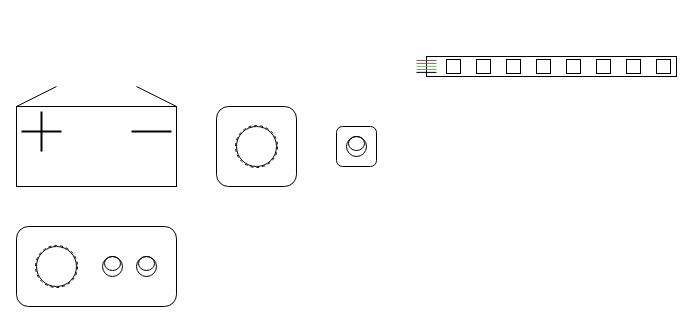
The draw.io diagram led-wiring.drawio in vinas94/drawio, before the edit. Source tidied: cells renumbered, new cells numbered last; positions are measured from the earlier drawing's top-left corner, leaving out a move shared by most shapes. Both pictures are drawn from the tidied source at 100%, with x=0, y=0 at pixel (16, 56).
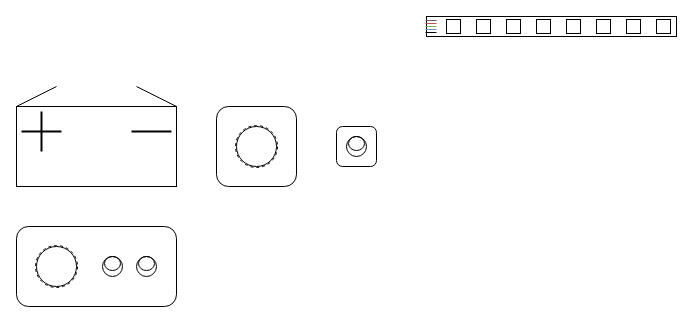
Above is the later version.

Change to the diagram source:
```diff
@@
-    <mxCell id="23" style="group;" parent="1" vertex="1">
-      <mxGeometry x="400" width="260" height="20" as="geometry" />
-    </mxCell>
+    <mxCell id="38" style="group;" parent="1" vertex="1">
+      <mxGeometry x="409" y="-40" width="251" height="20" as="geometry" />
+    </mxCell>
-    <mxCell id="24" style="rounded=0;whiteSpace=wrap;html=1;" parent="23" vertex="1">
-      <mxGeometry x="10" width="250" height="20" as="geometry" />
+    <mxCell id="24" style="rounded=0;whiteSpace=wrap;html=1;" parent="38" vertex="1">
+      <mxGeometry x="1" width="250" height="20" as="geometry" />
     </mxCell>
-    <mxCell id="25" style="rounded=0;whiteSpace=wrap;html=1;strokeColor=default;align=center;verticalAlign=middle;fontFamily=Helvetica;fontSize=12;fontColor=default;fillColor=default;" parent="23" vertex="1">
-      <mxGeometry x="240" y="3" width="14" height="14" as="geometry" />
+    <mxCell id="25" style="rounded=0;whiteSpace=wrap;html=1;strokeColor=default;align=center;verticalAlign=middle;fontFamily=Helvetica;fontSize=12;fontColor=default;fillColor=default;" parent="38" vertex="1">
+      <mxGeometry x="231" y="3" width="14" height="14" as="geometry" />
     </mxCell>
-    <mxCell id="26" style="rounded=0;whiteSpace=wrap;html=1;strokeColor=default;align=center;verticalAlign=middle;fontFamily=Helvetica;fontSize=12;fontColor=default;fillColor=default;" parent="23" vertex="1">
-      <mxGeometry x="210" y="3" width="14" height="14" as="geometry" />
+    <mxCell id="26" style="rounded=0;whiteSpace=wrap;html=1;strokeColor=default;align=center;verticalAlign=middle;fontFamily=Helvetica;fontSize=12;fontColor=default;fillColor=default;" parent="38" vertex="1">
+      <mxGeometry x="201" y="3" width="14" height="14" as="geometry" />
     </mxCell>
-    <mxCell id="27" style="rounded=0;whiteSpace=wrap;html=1;strokeColor=default;align=center;verticalAlign=middle;fontFamily=Helvetica;fontSize=12;fontColor=default;fillColor=default;" parent="23" vertex="1">
-      <mxGeometry x="180" y="3" width="14" height="14" as="geometry" />
+    <mxCell id="27" style="rounded=0;whiteSpace=wrap;html=1;strokeColor=default;align=center;verticalAlign=middle;fontFamily=Helvetica;fontSize=12;fontColor=default;fillColor=default;" parent="38" vertex="1">
+      <mxGeometry x="171" y="3" width="14" height="14" as="geometry" />
     </mxCell>
-    <mxCell id="28" style="rounded=0;whiteSpace=wrap;html=1;strokeColor=default;align=center;verticalAlign=middle;fontFamily=Helvetica;fontSize=12;fontColor=default;fillColor=default;" parent="23" vertex="1">
-      <mxGeometry x="150" y="3" width="14" height="14" as="geometry" />
+    <mxCell id="28" style="rounded=0;whiteSpace=wrap;html=1;strokeColor=default;align=center;verticalAlign=middle;fontFamily=Helvetica;fontSize=12;fontColor=default;fillColor=default;" parent="38" vertex="1">
+      <mxGeometry x="141" y="3" width="14" height="14" as="geometry" />
     </mxCell>
-    <mxCell id="29" style="rounded=0;whiteSpace=wrap;html=1;strokeColor=default;align=center;verticalAlign=middle;fontFamily=Helvetica;fontSize=12;fontColor=default;fillColor=default;" parent="23" vertex="1">
-      <mxGeometry x="120" y="3" width="14" height="14" as="geometry" />
+    <mxCell id="29" style="rounded=0;whiteSpace=wrap;html=1;strokeColor=default;align=center;verticalAlign=middle;fontFamily=Helvetica;fontSize=12;fontColor=default;fillColor=default;" parent="38" vertex="1">
+      <mxGeometry x="111" y="3" width="14" height="14" as="geometry" />
     </mxCell>
-    <mxCell id="30" style="rounded=0;whiteSpace=wrap;html=1;strokeColor=default;align=center;verticalAlign=middle;fontFamily=Helvetica;fontSize=12;fontColor=default;fillColor=default;" parent="23" vertex="1">
-      <mxGeometry x="90" y="3" width="14" height="14" as="geometry" />
+    <mxCell id="30" style="rounded=0;whiteSpace=wrap;html=1;strokeColor=default;align=center;verticalAlign=middle;fontFamily=Helvetica;fontSize=12;fontColor=default;fillColor=default;" parent="38" vertex="1">
+      <mxGeometry x="81" y="3" width="14" height="14" as="geometry" />
     </mxCell>
-    <mxCell id="31" style="rounded=0;whiteSpace=wrap;html=1;strokeColor=default;align=center;verticalAlign=middle;fontFamily=Helvetica;fontSize=12;fontColor=default;fillColor=default;" parent="23" vertex="1">
-      <mxGeometry x="60" y="3" width="14" height="14" as="geometry" />
+    <mxCell id="31" style="rounded=0;whiteSpace=wrap;html=1;strokeColor=default;align=center;verticalAlign=middle;fontFamily=Helvetica;fontSize=12;fontColor=default;fillColor=default;" parent="38" vertex="1">
+      <mxGeometry x="51" y="3" width="14" height="14" as="geometry" />
     </mxCell>
-    <mxCell id="32" style="rounded=0;whiteSpace=wrap;html=1;strokeColor=default;align=center;verticalAlign=middle;fontFamily=Helvetica;fontSize=12;fontColor=default;fillColor=default;" parent="23" vertex="1">
-      <mxGeometry x="30" y="3" width="14" height="14" as="geometry" />
+    <mxCell id="32" style="rounded=0;whiteSpace=wrap;html=1;strokeColor=default;align=center;verticalAlign=middle;fontFamily=Helvetica;fontSize=12;fontColor=default;fillColor=default;" parent="38" vertex="1">
+      <mxGeometry x="21" y="3" width="14" height="14" as="geometry" />
     </mxCell>
-    <mxCell id="33" style="endArrow=none;html=1;rounded=0;fontFamily=Helvetica;fontSize=12;fontColor=default;fillColor=#f5f5f5;strokeColor=#666666;" parent="23" edge="1">
+    <mxCell id="33" style="endArrow=none;html=1;rounded=0;fontFamily=Helvetica;fontSize=12;fontColor=default;fillColor=#f5f5f5;strokeColor=#666666;" parent="38" edge="1">
       <mxGeometry relative="1" as="geometry">
-        <mxPoint x="20" y="4" as="sourcePoint" />
+        <mxPoint x="11" y="4" as="sourcePoint" />
         <mxPoint y="4" as="targetPoint" />
       </mxGeometry>
     </mxCell>
-    <mxCell id="34" style="endArrow=none;html=1;rounded=0;fontFamily=Helvetica;fontSize=12;fontColor=default;fillColor=#d5e8d4;strokeColor=#82b366;" parent="23" edge="1">
+    <mxCell id="34" style="endArrow=none;html=1;rounded=0;fontFamily=Helvetica;fontSize=12;fontColor=default;fillColor=#d5e8d4;strokeColor=#82b366;" parent="38" edge="1">
       <mxGeometry relative="1" as="geometry">
-        <mxPoint x="20" y="9.9" as="sourcePoint" />
-        <mxPoint y="9.9" as="targetPoint" />
+        <mxPoint x="11" y="10" as="sourcePoint" />
+        <mxPoint y="10" as="targetPoint" />
       </mxGeometry>
     </mxCell>
-    <mxCell id="35" style="endArrow=none;html=1;rounded=0;fontFamily=Helvetica;fontSize=12;fontColor=default;" parent="23" edge="1">
+    <mxCell id="35" style="endArrow=none;html=1;rounded=0;fontFamily=Helvetica;fontSize=12;fontColor=default;" parent="38" edge="1">
       <mxGeometry relative="1" as="geometry">
-        <mxPoint x="20" y="15.9" as="sourcePoint" />
-        <mxPoint y="15.9" as="targetPoint" />
+        <mxPoint x="11" y="16" as="sourcePoint" />
+        <mxPoint y="16" as="targetPoint" />
       </mxGeometry>
     </mxCell>
-    <mxCell id="36" style="endArrow=none;html=1;rounded=0;fontFamily=Helvetica;fontSize=12;fontColor=default;fillColor=#dae8fc;strokeColor=#6c8ebf;" parent="23" edge="1">
+    <mxCell id="36" style="endArrow=none;html=1;rounded=0;fontFamily=Helvetica;fontSize=12;fontColor=default;fillColor=#dae8fc;strokeColor=#6c8ebf;" parent="38" edge="1">
       <mxGeometry relative="1" as="geometry">
-        <mxPoint x="20" y="12.9" as="sourcePoint" />
-        <mxPoint y="12.9" as="targetPoint" />
+        <mxPoint x="11" y="13" as="sourcePoint" />
+        <mxPoint y="13" as="targetPoint" />
       </mxGeometry>
     </mxCell>
-    <mxCell id="37" style="endArrow=none;html=1;rounded=0;fontFamily=Helvetica;fontSize=12;fontColor=default;fillColor=#f8cecc;strokeColor=#b85450;" parent="23" edge="1">
+    <mxCell id="37" style="endArrow=none;html=1;rounded=0;fontFamily=Helvetica;fontSize=12;fontColor=default;fillColor=#f8cecc;strokeColor=#b85450;" parent="38" edge="1">
       <mxGeometry relative="1" as="geometry">
-        <mxPoint x="20" y="6.9" as="sourcePoint" />
-        <mxPoint y="6.9" as="targetPoint" />
+        <mxPoint x="11" y="7" as="sourcePoint" />
+        <mxPoint y="7" as="targetPoint" />
       </mxGeometry>
     </mxCell>
```
